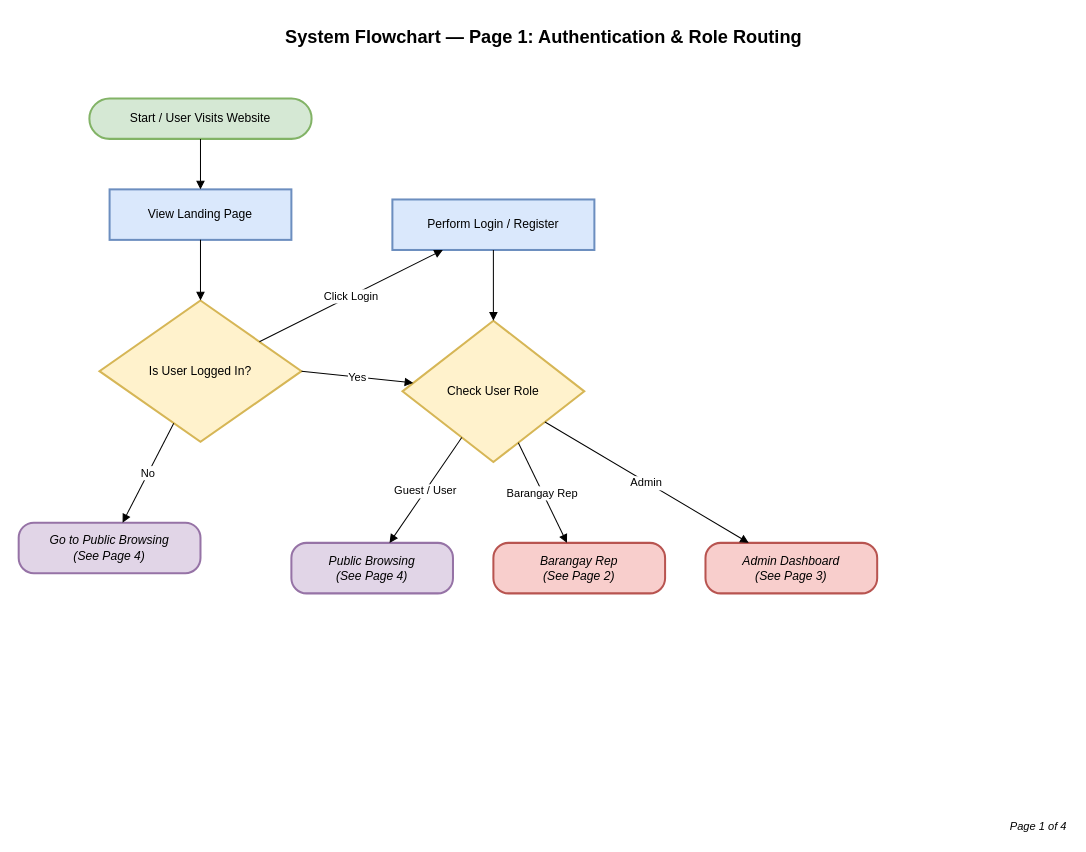
The draw.io diagram page "Page 1 - Authentication Flow" (1 of 4) of docs/diagrams/flowchart_ppt.drawio in jemhakdog/Interactive-Digital-Cultural-Map-and-Local-Tourism-Information-system-for-Mangatarem--Pangasinan, before the edit. Source tidied: cells renumbered, new cells numbered last; positions are measured from the earlier drawing's top-left corner, leaving out a move shared by most shapes. Both pictures are drawn from the tidied source at 101%, with x=0, y=0 at pixel (18, 17).
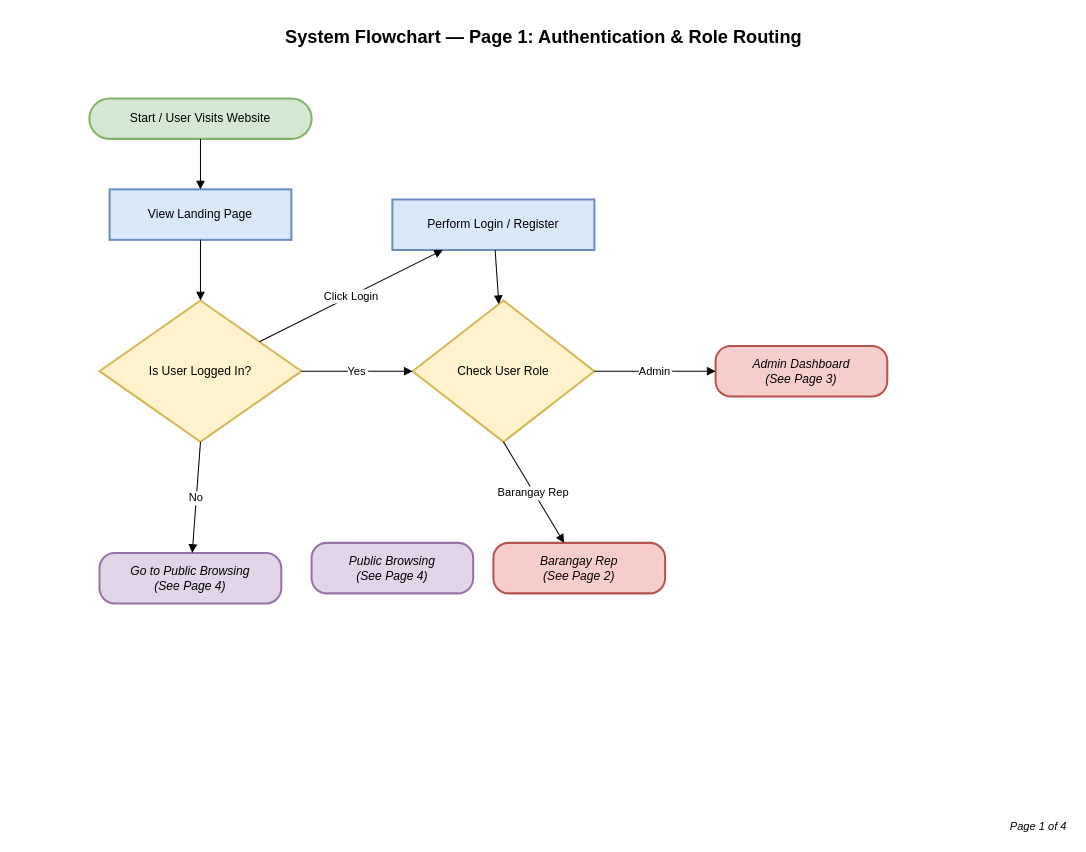
The same page after the edit.

The change refers to these unchanged cells:
```xml
<mxCell id="6" value="Is User Logged In?" style="rhombus;strokeWidth=2;whiteSpace=wrap;fillColor=#fff2cc;strokeColor=#d6b656;fontColor=#000000;" parent="1" vertex="1">
  <mxGeometry x="80" y="280" width="200" height="140" as="geometry" />
</mxCell>
<mxCell id="16" value="Barangay Rep&#10;(See Page 2)" style="rounded=1;whiteSpace=wrap;arcSize=30;strokeWidth=2;fillColor=#f8cecc;strokeColor=#b85450;fontStyle=2;fontColor=#000000;" parent="1" vertex="1">
  <mxGeometry x="470" y="520" width="170" height="50" as="geometry" />
</mxCell>
```

Diff of the diagram source:
```diff
@@
     <mxCell id="8" value="Go to Public Browsing&#10;(See Page 4)" style="rounded=1;whiteSpace=wrap;arcSize=30;strokeWidth=2;fillColor=#e1d5e7;strokeColor=#9673a6;fontStyle=2;fontColor=#000000;" parent="1" vertex="1">
-      <mxGeometry y="500" width="180" height="50" as="geometry" />
+      <mxGeometry x="80" y="530" width="180" height="50" as="geometry" />
     </mxCell>
-    <mxCell id="9" value="No" style="startArrow=none;endArrow=block;rounded=0;fontColor=#000000;labelBackgroundColor=#ffffff;" parent="1" edge="1" source="6" target="8">
+    <mxCell id="9" value="No" style="startArrow=none;endArrow=block;rounded=0;fontColor=#000000;labelBackgroundColor=#ffffff;exitX=0.5;exitY=1;exitDx=0;exitDy=0;" parent="1" edge="1" source="6" target="8">
       <mxGeometry relative="1" as="geometry" />
     </mxCell>
@@
     <mxCell id="12" value="Check User Role" style="rhombus;strokeWidth=2;whiteSpace=wrap;fillColor=#fff2cc;strokeColor=#d6b656;fontColor=#000000;" parent="1" vertex="1">
-      <mxGeometry x="380" y="300" width="180" height="140" as="geometry" />
+      <mxGeometry x="390" y="280" width="180" height="140" as="geometry" />
     </mxCell>
@@
     <mxCell id="15" value="Public Browsing&#10;(See Page 4)" style="rounded=1;whiteSpace=wrap;arcSize=30;strokeWidth=2;fillColor=#e1d5e7;strokeColor=#9673a6;fontStyle=2;fontColor=#000000;" parent="1" vertex="1">
-      <mxGeometry x="270" y="520" width="160" height="50" as="geometry" />
+      <mxGeometry x="290" y="520" width="160" height="50" as="geometry" />
     </mxCell>
@@
     <mxCell id="17" value="Admin Dashboard&#10;(See Page 3)" style="rounded=1;whiteSpace=wrap;arcSize=30;strokeWidth=2;fillColor=#f8cecc;strokeColor=#b85450;fontStyle=2;fontColor=#000000;" parent="1" vertex="1">
-      <mxGeometry x="680" y="520" width="170" height="50" as="geometry" />
+      <mxGeometry x="690" y="325" width="170" height="50" as="geometry" />
     </mxCell>
-    <mxCell id="18" value="Guest / User" style="startArrow=none;endArrow=block;rounded=0;fontColor=#000000;labelBackgroundColor=#ffffff;" parent="1" edge="1" source="12" target="15">
-      <mxGeometry relative="1" as="geometry" />
-    </mxCell>
-    <mxCell id="19" value="Barangay Rep" style="startArrow=none;endArrow=block;rounded=0;fontColor=#000000;labelBackgroundColor=#ffffff;" parent="1" edge="1" source="12" target="16">
+    <mxCell id="19" value="Barangay Rep" style="startArrow=none;endArrow=block;rounded=0;fontColor=#000000;labelBackgroundColor=#ffffff;exitX=0.5;exitY=1;exitDx=0;exitDy=0;" parent="1" edge="1" source="12" target="16">
       <mxGeometry relative="1" as="geometry" />
     </mxCell>
-    <mxCell id="20" value="Admin" style="startArrow=none;endArrow=block;rounded=0;fontColor=#000000;labelBackgroundColor=#ffffff;" parent="1" edge="1" source="12" target="17">
+    <mxCell id="20" value="Admin" style="startArrow=none;endArrow=block;rounded=0;fontColor=#000000;labelBackgroundColor=#ffffff;exitX=1;exitY=0.5;exitDx=0;exitDy=0;" parent="1" edge="1" source="12" target="17">
       <mxGeometry relative="1" as="geometry" />
     </mxCell>
```
